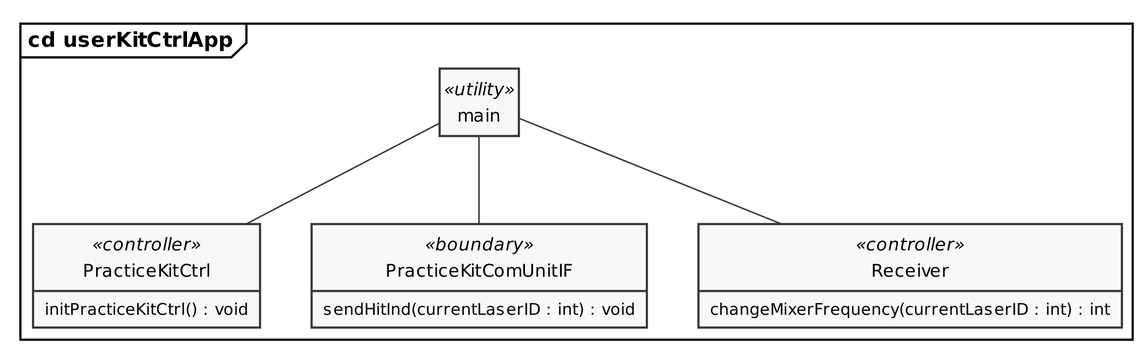
This is PlantUML/out/practiceKitCtrlApp_cd.png from LasseKrarup/Laser-Tag-Project, a PlantUML export, as it was before one commit.
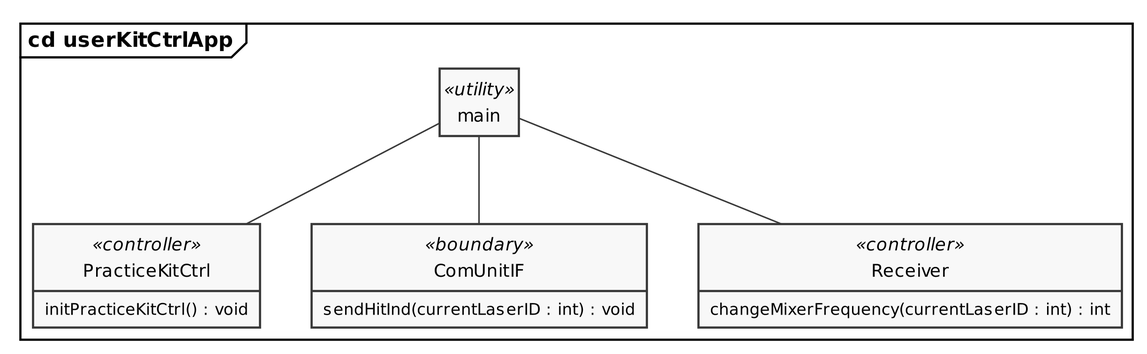
The same diagram one commit later.

Change to the diagram source:
```diff
@@ -21,7 +21,7 @@
         initPracticeKitCtrl() : void
     }
 
-    class PracticeKitComUnitIF <<boundary>> {
+    class ComUnitIF <<boundary>> {
         sendHitInd(currentLaserID : int) : void
     }
 
@@ -32,6 +32,6 @@
 
 main -- PracticeKitCtrl
 main -- Receiver
-main -- PracticeKitComUnitIF
+main -- ComUnitIF
 
 @enduml
```
